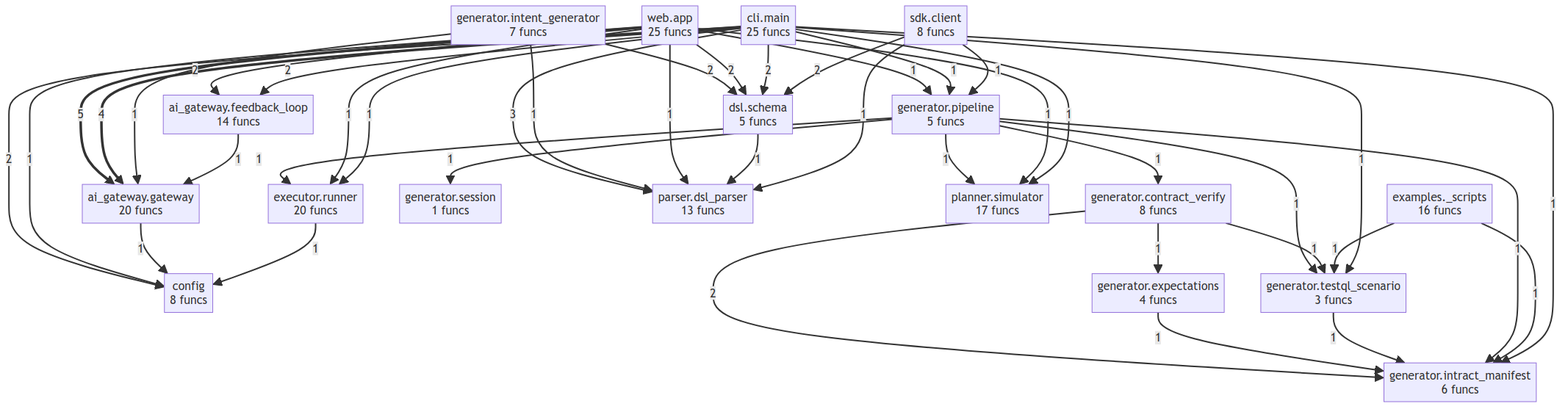
Before: project/compact_flow.png, a diagram exported from Mermaid (wronai/amen). Its source is kept beside it as project/compact_flow.mmd. Its diagram source:
```mermaid
flowchart TD
    ai_gateway__feedback_loop["ai_gateway.feedback_loop<br/>14 funcs"]
    ai_gateway__gateway["ai_gateway.gateway<br/>20 funcs"]
    cli__main["cli.main<br/>25 funcs"]
    config["config<br/>8 funcs"]
    dsl__schema["dsl.schema<br/>5 funcs"]
    examples___scripts["examples._scripts<br/>16 funcs"]
    executor__runner["executor.runner<br/>20 funcs"]
    generator__contract_verify["generator.contract_verify<br/>8 funcs"]
    generator__expectations["generator.expectations<br/>4 funcs"]
    generator__intent_generator["generator.intent_generator<br/>7 funcs"]
    generator__intract_manifest["generator.intract_manifest<br/>6 funcs"]
    generator__pipeline["generator.pipeline<br/>5 funcs"]
    generator__session["generator.session<br/>1 funcs"]
    generator__testql_scenario["generator.testql_scenario<br/>3 funcs"]
    parser__dsl_parser["parser.dsl_parser<br/>13 funcs"]
    planner__simulator["planner.simulator<br/>17 funcs"]
    sdk__client["sdk.client<br/>8 funcs"]
    web__app["web.app<br/>25 funcs"]
    web__app ==>|5| ai_gateway__gateway
    cli__main ==>|4| ai_gateway__gateway
    cli__main -->|3| parser__dsl_parser
    generator__intent_generator -->|2| dsl__schema
    generator__contract_verify -->|2| generator__intract_manifest
    web__app -->|2| dsl__schema
    web__app -->|2| ai_gateway__feedback_loop
    cli__main -->|2| config
    cli__main -->|2| ai_gateway__feedback_loop
    cli__main -->|2| dsl__schema
    sdk__client -->|2| dsl__schema
    generator__expectations -->|1| generator__intract_manifest
    generator__intent_generator -->|1| ai_gateway__gateway
    generator__intent_generator -->|1| parser__dsl_parser
    generator__testql_scenario -->|1| generator__intract_manifest
    generator__pipeline -->|1| generator__intract_manifest
    generator__pipeline -->|1| generator__testql_scenario
    generator__pipeline -->|1| generator__session
    generator__pipeline -->|1| planner__simulator
    generator__pipeline -->|1| executor__runner
    generator__pipeline -->|1| generator__contract_verify
    generator__contract_verify -->|1| generator__testql_scenario
    generator__contract_verify -->|1| generator__expectations
    examples___scripts -->|1| generator__testql_scenario
    examples___scripts -->|1| generator__intract_manifest
    web__app -->|1| generator__pipeline
    web__app -->|1| parser__dsl_parser
    web__app -->|1| planner__simulator
    web__app -->|1| executor__runner
    web__app -->|1| config
    ai_gateway__gateway -->|1| config
    ai_gateway__feedback_loop -->|1| ai_gateway__gateway
    cli__main -->|1| planner__simulator
    cli__main -->|1| executor__runner
    cli__main -->|1| generator__pipeline
    cli__main -->|1| generator__intract_manifest
    cli__main -->|1| generator__testql_scenario
    executor__runner -->|1| config
    dsl__schema -->|1| parser__dsl_parser
    sdk__client -->|1| generator__pipeline
    sdk__client -->|1| parser__dsl_parser
```
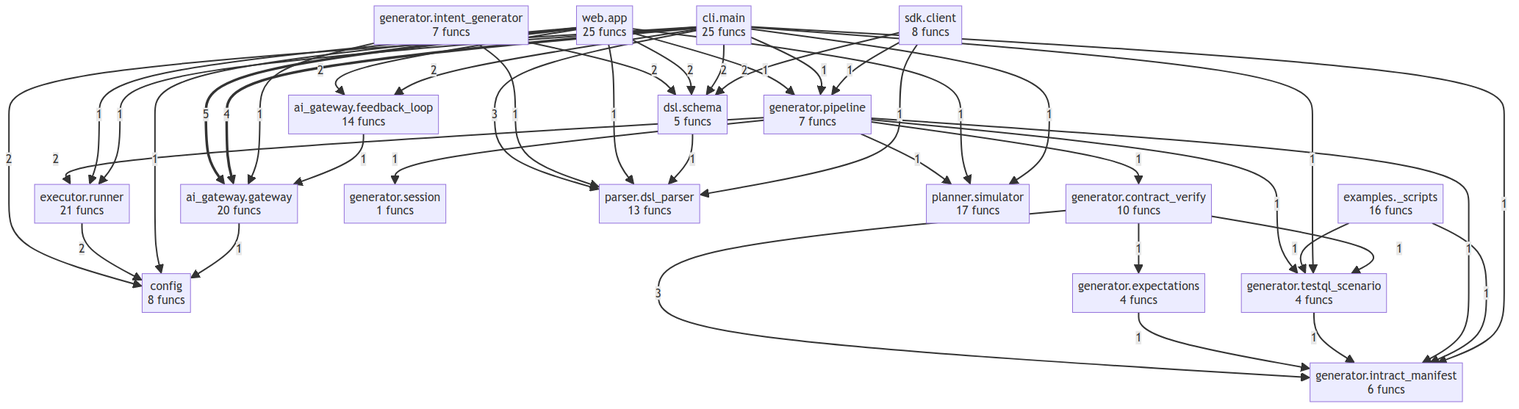
After the change.

The edit, as a diff of the source:
```diff
@@ -5,14 +5,14 @@
     config["config<br/>8 funcs"]
     dsl__schema["dsl.schema<br/>5 funcs"]
     examples___scripts["examples._scripts<br/>16 funcs"]
-    executor__runner["executor.runner<br/>20 funcs"]
-    generator__contract_verify["generator.contract_verify<br/>8 funcs"]
+    executor__runner["executor.runner<br/>21 funcs"]
+    generator__contract_verify["generator.contract_verify<br/>10 funcs"]
     generator__expectations["generator.expectations<br/>4 funcs"]
     generator__intent_generator["generator.intent_generator<br/>7 funcs"]
     generator__intract_manifest["generator.intract_manifest<br/>6 funcs"]
-    generator__pipeline["generator.pipeline<br/>5 funcs"]
+    generator__pipeline["generator.pipeline<br/>7 funcs"]
     generator__session["generator.session<br/>1 funcs"]
-    generator__testql_scenario["generator.testql_scenario<br/>3 funcs"]
+    generator__testql_scenario["generator.testql_scenario<br/>4 funcs"]
     parser__dsl_parser["parser.dsl_parser<br/>13 funcs"]
     planner__simulator["planner.simulator<br/>17 funcs"]
     sdk__client["sdk.client<br/>8 funcs"]
@@ -20,13 +20,15 @@
     web__app ==>|5| ai_gateway__gateway
     cli__main ==>|4| ai_gateway__gateway
     cli__main -->|3| parser__dsl_parser
+    generator__contract_verify -->|3| generator__intract_manifest
     generator__intent_generator -->|2| dsl__schema
-    generator__contract_verify -->|2| generator__intract_manifest
+    generator__pipeline -->|2| executor__runner
     web__app -->|2| dsl__schema
     web__app -->|2| ai_gateway__feedback_loop
     cli__main -->|2| config
     cli__main -->|2| ai_gateway__feedback_loop
     cli__main -->|2| dsl__schema
+    executor__runner -->|2| config
     sdk__client -->|2| dsl__schema
     generator__expectations -->|1| generator__intract_manifest
     generator__intent_generator -->|1| ai_gateway__gateway
@@ -36,10 +38,7 @@
     generator__pipeline -->|1| generator__testql_scenario
     generator__pipeline -->|1| generator__session
     generator__pipeline -->|1| planner__simulator
-    generator__pipeline -->|1| executor__runner
     generator__pipeline -->|1| generator__contract_verify
-    generator__contract_verify -->|1| generator__testql_scenario
-    generator__contract_verify -->|1| generator__expectations
     examples___scripts -->|1| generator__testql_scenario
     examples___scripts -->|1| generator__intract_manifest
     web__app -->|1| generator__pipeline
@@ -54,7 +53,8 @@
     cli__main -->|1| generator__pipeline
     cli__main -->|1| generator__intract_manifest
     cli__main -->|1| generator__testql_scenario
-    executor__runner -->|1| config
     dsl__schema -->|1| parser__dsl_parser
     sdk__client -->|1| generator__pipeline
     sdk__client -->|1| parser__dsl_parser
+    generator__contract_verify -->|1| generator__testql_scenario
+    generator__contract_verify -->|1| generator__expectations
```
